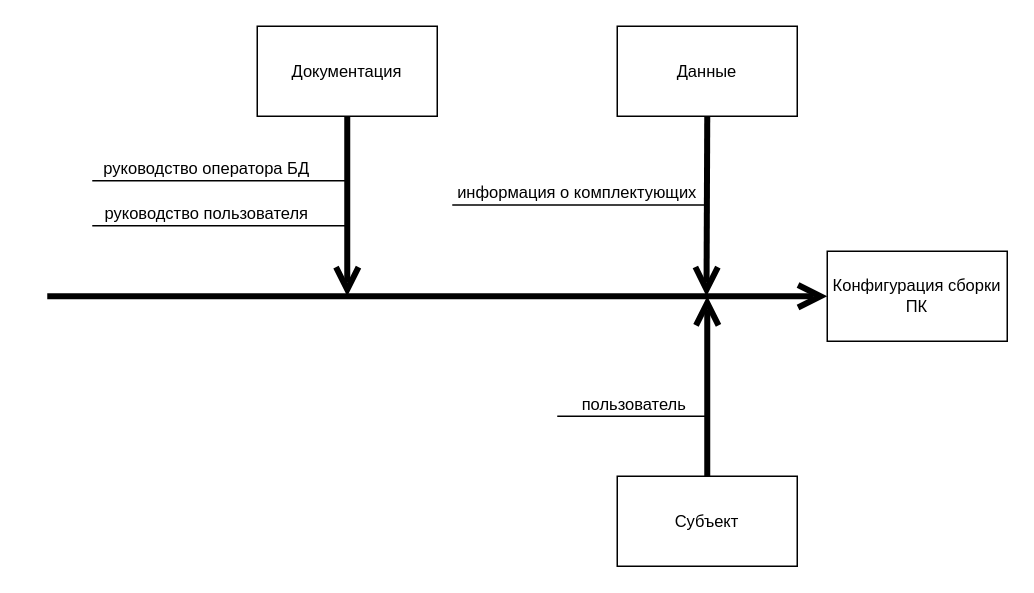
Above: Причинно-следственная диаграмма.drawio in D1pex2/ConfiguratorPC (draw.io), before the change. Source tidied: cells renumbered, new cells numbered last; positions are measured from the earlier drawing's top-left corner, leaving out a move shared by most shapes. Both pictures are drawn from the tidied source at 150%, with x=0, y=0 at pixel (46, 26).
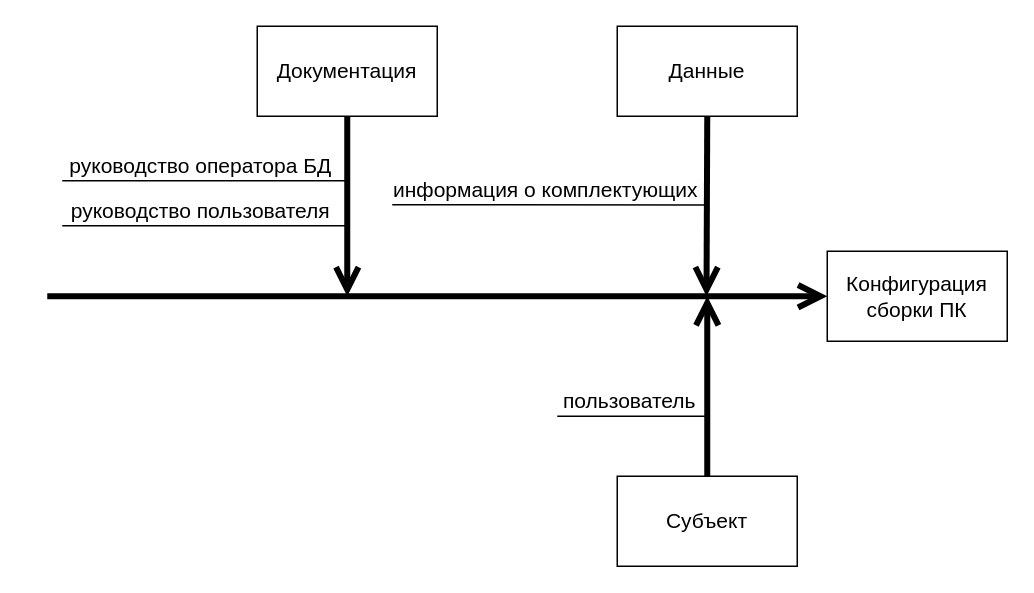
Above is the later version.

Commit message (it also covers changes not shown here):
причинно-следственная диаграмма

Diff of the diagram source:
```diff
@@
-    <mxCell id="2" value="Данные" style="rounded=0;whiteSpace=wrap;html=1;fontSize=11;" parent="1" vertex="1">
+    <mxCell id="2" value="Данные" style="rounded=0;whiteSpace=wrap;html=1;fontSize=14;fontFamily=Helvetica;" parent="1" vertex="1">
       <mxGeometry x="380" width="120" height="60" as="geometry" />
     </mxCell>
-    <mxCell id="3" value="Документация" style="rounded=0;whiteSpace=wrap;html=1;fontSize=11;" parent="1" vertex="1">
+    <mxCell id="3" value="Документация" style="rounded=0;whiteSpace=wrap;html=1;fontSize=14;fontFamily=Helvetica;" parent="1" vertex="1">
       <mxGeometry x="140" width="120" height="60" as="geometry" />
     </mxCell>
-    <mxCell id="4" value="Субъект" style="rounded=0;whiteSpace=wrap;html=1;fontSize=11;" parent="1" vertex="1">
+    <mxCell id="4" value="Субъект" style="rounded=0;whiteSpace=wrap;html=1;fontSize=14;fontFamily=Helvetica;" parent="1" vertex="1">
       <mxGeometry x="380" y="300" width="120" height="60" as="geometry" />
     </mxCell>
-    <mxCell id="5" value="Конфигурация сборки ПК" style="rounded=0;whiteSpace=wrap;html=1;fontSize=11;" parent="1" vertex="1">
+    <mxCell id="5" value="Конфигурация сборки ПК" style="rounded=0;whiteSpace=wrap;html=1;fontSize=14;fontFamily=Helvetica;" parent="1" vertex="1">
       <mxGeometry x="520" y="150" width="120" height="60" as="geometry" />
     </mxCell>
-    <mxCell id="6" style="endArrow=open;html=1;entryX=0;entryY=0.5;entryDx=0;entryDy=0;strokeWidth=4;rounded=0;strokeColor=default;endFill=0;endSize=11;fontSize=11;" parent="1" edge="1" target="5">
+    <mxCell id="6" style="endArrow=open;html=1;entryX=0;entryY=0.5;entryDx=0;entryDy=0;strokeWidth=4;rounded=0;strokeColor=default;endFill=0;endSize=11;fontSize=11;fontFamily=Helvetica;" parent="1" edge="1" target="5">
       <mxGeometry relative="1" as="geometry">
         <mxPoint y="180" as="sourcePoint" />
       </mxGeometry>
     </mxCell>
-    <mxCell id="7" style="endArrow=open;html=1;strokeWidth=4;rounded=0;strokeColor=default;endFill=0;endSize=11;exitX=0.5;exitY=1;exitDx=0;exitDy=0;fontSize=11;" parent="1" edge="1" source="3">
+    <mxCell id="7" style="endArrow=open;html=1;strokeWidth=4;rounded=0;strokeColor=default;endFill=0;endSize=11;exitX=0.5;exitY=1;exitDx=0;exitDy=0;fontSize=14;fontFamily=Helvetica;" parent="1" edge="1" source="3">
       <mxGeometry relative="1" as="geometry">
         <mxPoint x="200" y="180" as="targetPoint" />
       </mxGeometry>
     </mxCell>
-    <mxCell id="8" style="endArrow=open;html=1;strokeWidth=4;rounded=0;strokeColor=default;endFill=0;endSize=11;exitX=0.5;exitY=0;exitDx=0;exitDy=0;fontSize=11;" parent="1" edge="1" source="4">
+    <mxCell id="8" style="endArrow=open;html=1;strokeWidth=4;rounded=0;strokeColor=default;endFill=0;endSize=11;exitX=0.5;exitY=0;exitDx=0;exitDy=0;fontSize=14;fontFamily=Helvetica;" parent="1" edge="1" source="4">
       <mxGeometry relative="1" as="geometry">
         <mxPoint x="440" y="180" as="targetPoint" />
       </mxGeometry>
     </mxCell>
-    <mxCell id="9" style="endArrow=open;html=1;strokeWidth=4;rounded=0;strokeColor=default;endFill=0;endSize=11;exitX=0.5;exitY=1;exitDx=0;exitDy=0;fontSize=11;" parent="1" edge="1" source="2">
+    <mxCell id="9" style="endArrow=open;html=1;strokeWidth=4;rounded=0;strokeColor=default;endFill=0;endSize=11;exitX=0.5;exitY=1;exitDx=0;exitDy=0;fontSize=14;fontFamily=Helvetica;" parent="1" edge="1" source="2">
       <mxGeometry relative="1" as="geometry">
         <mxPoint x="439.5" y="180" as="targetPoint" />
       </mxGeometry>
     </mxCell>
-    <mxCell id="10" style="endArrow=none;html=1;rounded=0;endSize=6;strokeColor=default;strokeWidth=1;spacingRight=3;spacing=2;fontSize=11;" parent="1" edge="1">
+    <mxCell id="10" style="endArrow=none;html=1;rounded=0;endSize=6;strokeColor=default;strokeWidth=1;spacingRight=3;spacing=2;fontSize=14;fontFamily=Helvetica;" parent="1" edge="1">
       <mxGeometry relative="1" as="geometry">
         <mxPoint x="340" y="260" as="sourcePoint" />
         <mxPoint x="440" y="260" as="targetPoint" />
       </mxGeometry>
     </mxCell>
-    <mxCell id="11" value="пользователь" style="edgeLabel;html=1;align=center;verticalAlign=bottom;spacingRight=22;fontSize=11;labelBackgroundColor=none;" parent="10" vertex="1">
-      <mxGeometry x="0.21" relative="1" as="geometry" />
+    <mxCell id="11" value="пользователь" style="edgeLabel;html=1;align=center;verticalAlign=bottom;spacingRight=22;fontSize=14;labelBackgroundColor=none;fontFamily=Helvetica;" parent="10" vertex="1">
+      <mxGeometry x="0.21" relative="1" as="geometry">
+        <mxPoint x="-3" as="offset" />
+      </mxGeometry>
     </mxCell>
-    <mxCell id="12" style="endArrow=none;html=1;rounded=0;endSize=6;strokeColor=default;strokeWidth=1;spacingRight=3;spacing=2;fontSize=11;" parent="1" edge="1">
+    <mxCell id="12" style="endArrow=none;html=1;rounded=0;endSize=6;strokeColor=default;strokeWidth=1;spacingRight=3;spacing=2;fontSize=14;fontFamily=Helvetica;" parent="1" edge="1">
       <mxGeometry relative="1" as="geometry">
-        <mxPoint x="30" y="133" as="sourcePoint" />
+        <mxPoint x="10" y="133" as="sourcePoint" />
         <mxPoint x="200" y="133" as="targetPoint" />
       </mxGeometry>
     </mxCell>
-    <mxCell id="13" value="руководство пользователя" style="edgeLabel;html=1;align=center;verticalAlign=bottom;spacingRight=22;fontSize=11;labelBackgroundColor=none;" parent="12" vertex="1">
+    <mxCell id="13" value="руководство пользователя" style="edgeLabel;html=1;align=center;verticalAlign=bottom;spacingRight=22;fontSize=14;labelBackgroundColor=none;fontFamily=Helvetica;" parent="12" vertex="1">
       <mxGeometry x="0.21" relative="1" as="geometry">
-        <mxPoint x="-17" as="offset" />
+        <mxPoint x="-13" as="offset" />
       </mxGeometry>
     </mxCell>
-    <mxCell id="14" style="endArrow=none;html=1;rounded=0;endSize=6;strokeColor=default;strokeWidth=1;spacingRight=3;spacing=2;fontSize=11;" parent="1" edge="1">
+    <mxCell id="14" style="endArrow=none;html=1;rounded=0;endSize=6;strokeColor=default;strokeWidth=1;spacingRight=3;spacing=2;fontSize=14;fontFamily=Helvetica;" parent="1" edge="1">
       <mxGeometry relative="1" as="geometry">
-        <mxPoint x="30" y="103" as="sourcePoint" />
+        <mxPoint x="10" y="103" as="sourcePoint" />
         <mxPoint x="200" y="103" as="targetPoint" />
       </mxGeometry>
     </mxCell>
-    <mxCell id="15" value="руководство оператора БД" style="edgeLabel;html=1;align=center;verticalAlign=bottom;spacingRight=22;fontSize=11;labelBackgroundColor=none;" parent="14" vertex="1">
+    <mxCell id="15" value="руководство оператора БД" style="edgeLabel;html=1;align=center;verticalAlign=bottom;spacingRight=22;fontSize=14;labelBackgroundColor=none;fontFamily=Helvetica;" parent="14" vertex="1">
       <mxGeometry x="0.21" relative="1" as="geometry">
-        <mxPoint x="-17" as="offset" />
+        <mxPoint x="-13" as="offset" />
       </mxGeometry>
     </mxCell>
-    <mxCell id="16" style="endArrow=none;html=1;rounded=0;endSize=6;strokeColor=default;strokeWidth=1;spacingRight=3;spacing=2;fontSize=11;" parent="1" edge="1">
+    <mxCell id="16" style="endArrow=none;html=1;rounded=0;endSize=6;strokeColor=default;strokeWidth=1;spacingRight=3;spacing=2;fontSize=14;fontFamily=Helvetica;" parent="1" edge="1">
       <mxGeometry relative="1" as="geometry">
-        <mxPoint x="270" y="119.2" as="sourcePoint" />
+        <mxPoint x="230" y="119" as="sourcePoint" />
         <mxPoint x="440" y="119.2" as="targetPoint" />
       </mxGeometry>
     </mxCell>
-    <mxCell id="17" value="информация о комплектующих" style="edgeLabel;html=1;align=center;verticalAlign=bottom;spacingRight=22;fontSize=11;labelBackgroundColor=none;" parent="16" vertex="1">
+    <mxCell id="17" value="информация о комплектующих" style="edgeLabel;html=1;align=center;verticalAlign=bottom;spacingRight=22;fontSize=14;labelBackgroundColor=none;fontFamily=Helvetica;" parent="16" vertex="1">
       <mxGeometry x="0.21" relative="1" as="geometry">
-        <mxPoint x="-10" as="offset" />
+        <mxPoint x="-14" as="offset" />
       </mxGeometry>
     </mxCell>
```
